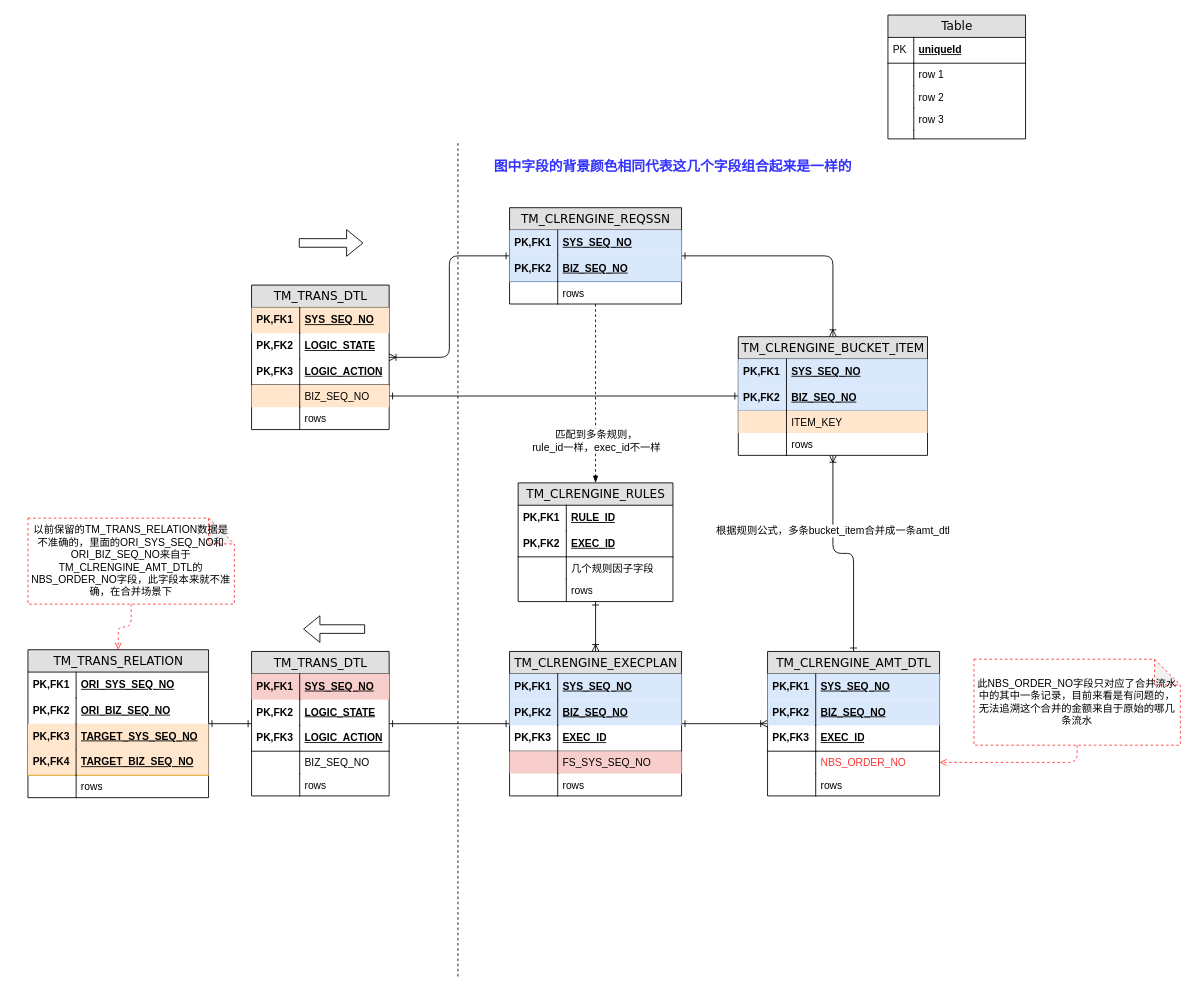
Above: 清算引擎数据结构图.drawio in staconfree/design (draw.io), before the change. Source tidied: cells renumbered, new cells numbered last; positions are measured from the earlier drawing's top-left corner, leaving out a move shared by most shapes. Both pictures are drawn from the tidied source at 86%, with x=0, y=0 at pixel (28, 15).
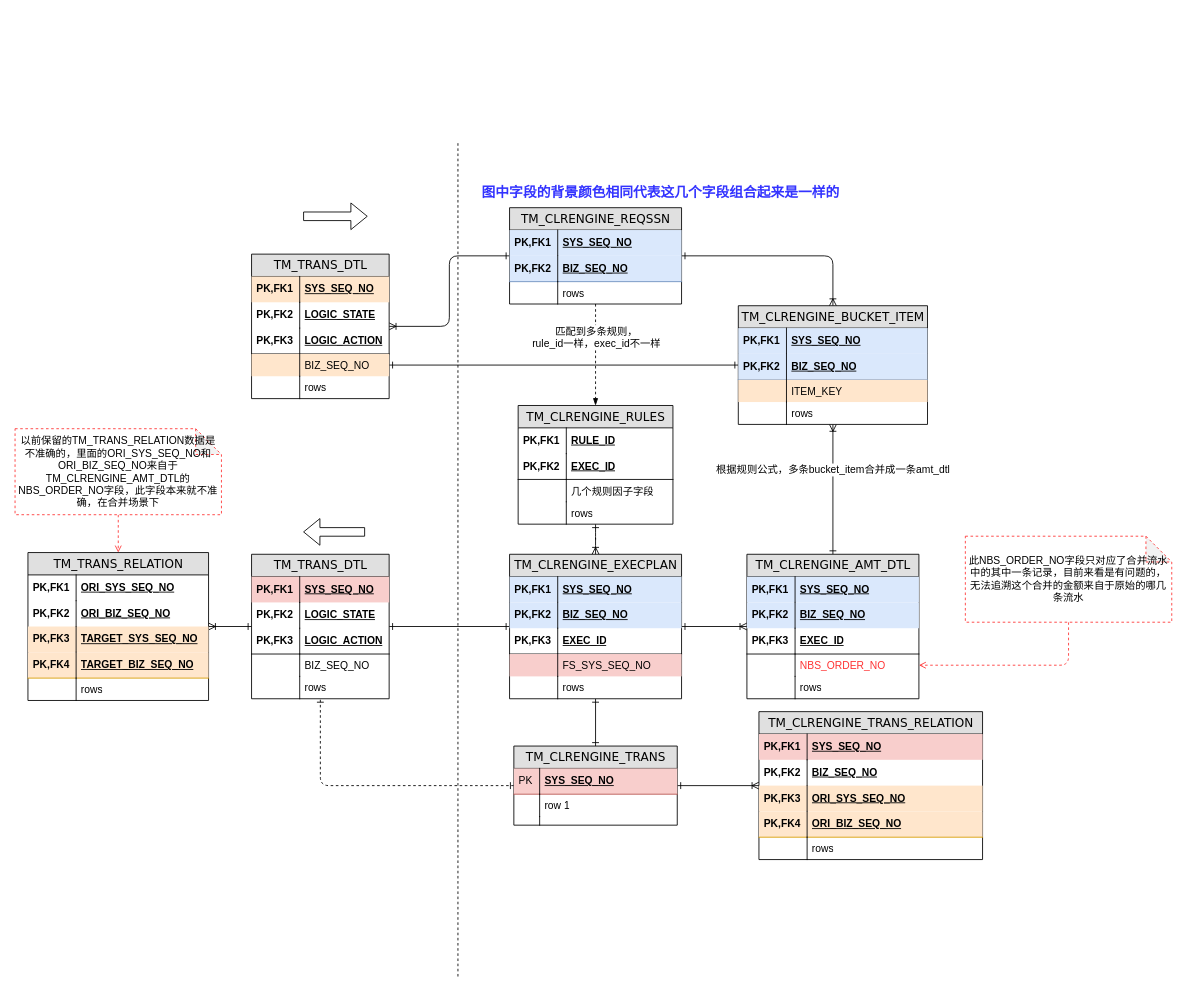
The same diagram, later.

Commit message (it also covers changes not shown here):
更新清算引擎数据结构图.drawio

The change refers to these unchanged cells:
```xml
<mxCell id="27" style="edgeStyle=orthogonalEdgeStyle;rounded=1;jettySize=auto;html=1;startArrow=none;startFill=0;endArrow=blockThin;endFill=1;dashed=1;" parent="1" edge="1" source="29" target="85">
  <mxGeometry relative="1" as="geometry" />
</mxCell>
```

The edit, as a diff of the source:
```diff
@@
+    <mxCell id="112" style="edgeStyle=orthogonalEdgeStyle;rounded=1;jettySize=auto;html=1;startArrow=ERone;startFill=0;endArrow=ERoneToMany;endFill=0;strokeColor=#000000;fontSize=16;fontColor=#FF3333;" parent="1" edge="1" source="2" target="115">
+      <mxGeometry relative="1" as="geometry" />
+    </mxCell>
+    <mxCell id="113" style="edgeStyle=orthogonalEdgeStyle;rounded=1;jettySize=auto;html=1;startArrow=ERone;startFill=0;endArrow=ERone;endFill=0;strokeColor=#000000;fontSize=16;fontColor=#FF3333;dashed=1;" parent="1" edge="1" source="2" target="72">
+      <mxGeometry relative="1" as="geometry" />
+    </mxCell>
-    <mxCell id="2" value="Table" style="swimlane;html=1;fontStyle=0;horizontal=1;startSize=26;fillColor=#e0e0e0;swimlaneFillColor=#ffffff;align=center;rounded=0;shadow=0;comic=0;labelBackgroundColor=none;strokeColor=#000000;strokeWidth=1;fontFamily=Verdana;fontSize=14;fontColor=#000000;swimlaneLine=1;" parent="1" vertex="1">
-      <mxGeometry x="1000" width="160" height="144" as="geometry" />
+    <mxCell id="2" value="TM_CLRENGINE_TRANS" style="swimlane;html=1;fontStyle=0;horizontal=1;startSize=26;fillColor=#e0e0e0;swimlaneFillColor=#ffffff;align=center;rounded=0;shadow=0;comic=0;labelBackgroundColor=none;strokeColor=#000000;strokeWidth=1;fontFamily=Verdana;fontSize=14;fontColor=#000000;swimlaneLine=1;" parent="1" vertex="1">
+      <mxGeometry x="565" y="850" width="190" height="92" as="geometry" />
     </mxCell>
-    <mxCell id="3" value="uniqueId" style="shape=partialRectangle;top=0;left=0;right=0;bottom=1;html=1;align=left;verticalAlign=middle;fillColor=none;spacingLeft=34;spacingRight=4;whiteSpace=wrap;overflow=hidden;fontStyle=5;" parent="2" vertex="1">
-      <mxGeometry y="26" width="160" height="30" as="geometry" />
+    <mxCell id="3" value="SYS_SEQ_NO" style="shape=partialRectangle;top=0;left=0;right=0;bottom=1;html=1;align=left;verticalAlign=middle;fillColor=#f8cecc;spacingLeft=34;spacingRight=4;whiteSpace=wrap;overflow=hidden;fontStyle=5;strokeColor=#b85450;" parent="2" vertex="1">
+      <mxGeometry y="26" width="190" height="30" as="geometry" />
     </mxCell>
@@
     <mxCell id="5" value="row 1" style="shape=partialRectangle;top=0;left=0;right=0;bottom=0;html=1;align=left;verticalAlign=top;fillColor=none;spacingLeft=34;spacingRight=4;whiteSpace=wrap;overflow=hidden;" parent="2" vertex="1">
-      <mxGeometry y="56" width="160" height="26" as="geometry" />
+      <mxGeometry y="56" width="190" height="26" as="geometry" />
     </mxCell>
@@
-    <mxCell id="7" value="row 2" style="shape=partialRectangle;top=0;left=0;right=0;bottom=0;html=1;align=left;verticalAlign=top;fillColor=none;spacingLeft=34;spacingRight=4;whiteSpace=wrap;overflow=hidden;" parent="2" vertex="1">
-      <mxGeometry y="82" width="160" height="26" as="geometry" />
-    </mxCell>
-    <mxCell id="8" style="shape=partialRectangle;top=0;left=0;bottom=0;html=1;fillColor=none;align=left;verticalAlign=top;spacingLeft=4;spacingRight=4;whiteSpace=wrap;overflow=hidden;" parent="7" vertex="1">
-      <mxGeometry width="30" height="26" as="geometry" />
-    </mxCell>
-    <mxCell id="9" value="row 3" style="shape=partialRectangle;top=0;left=0;right=0;bottom=0;html=1;align=left;verticalAlign=top;fillColor=none;spacingLeft=34;spacingRight=4;whiteSpace=wrap;overflow=hidden;" parent="2" vertex="1">
-      <mxGeometry y="108" width="160" height="26" as="geometry" />
-    </mxCell>
-    <mxCell id="10" style="shape=partialRectangle;top=0;left=0;bottom=0;html=1;fillColor=none;align=left;verticalAlign=top;spacingLeft=4;spacingRight=4;whiteSpace=wrap;overflow=hidden;" parent="9" vertex="1">
-      <mxGeometry width="30" height="26" as="geometry" />
-    </mxCell>
     <mxCell id="11" style="shape=partialRectangle;top=0;left=0;right=0;bottom=0;html=1;align=left;verticalAlign=top;fillColor=none;spacingLeft=34;spacingRight=4;whiteSpace=wrap;overflow=hidden;" parent="2" vertex="1">
-      <mxGeometry y="134" width="160" height="10" as="geometry" />
+      <mxGeometry y="82" width="190" height="10" as="geometry" />
     </mxCell>
@@
     <mxCell id="15" value="TM_TRANS_DTL" style="swimlane;html=1;fontStyle=0;horizontal=1;startSize=26;fillColor=#e0e0e0;swimlaneFillColor=#ffffff;align=center;rounded=0;shadow=0;comic=0;labelBackgroundColor=none;strokeColor=#000000;strokeWidth=1;fontFamily=Verdana;fontSize=14;fontColor=#000000;" parent="1" vertex="1">
-      <mxGeometry x="260" y="314" width="160" height="168" as="geometry" />
+      <mxGeometry x="260" y="278" width="160" height="168" as="geometry" />
     </mxCell>
@@
     <mxCell id="28" value="匹配到多条规则，&lt;br&gt;rule_id一样，exec_id不一样" style="text;html=1;align=center;verticalAlign=middle;labelBackgroundColor=#ffffff;" parent="27" vertex="1">
       <mxGeometry x="0.32" y="-1" relative="1" as="geometry">
-        <mxPoint x="1" y="21" as="offset" />
+        <mxPoint x="1" y="-40" as="offset" />
       </mxGeometry>
     </mxCell>
@@
+    <mxCell id="114" style="edgeStyle=orthogonalEdgeStyle;rounded=1;jettySize=auto;html=1;startArrow=ERone;startFill=0;endArrow=ERone;endFill=0;strokeColor=#000000;fontSize=16;fontColor=#FF3333;" parent="1" edge="1" source="38" target="2">
+      <mxGeometry relative="1" as="geometry" />
+    </mxCell>
     <mxCell id="38" value="TM_CLRENGINE_EXECPLAN" style="swimlane;html=1;fontStyle=0;horizontal=1;startSize=26;fillColor=#e0e0e0;swimlaneFillColor=#ffffff;align=center;rounded=0;shadow=0;comic=0;labelBackgroundColor=none;strokeColor=#000000;strokeWidth=1;fontFamily=Verdana;fontSize=14;fontColor=#000000;" parent="1" vertex="1">
-      <mxGeometry x="560" y="740" width="200" height="168" as="geometry" />
+      <mxGeometry x="560" y="627" width="200" height="168" as="geometry" />
     </mxCell>
@@
     <mxCell id="51" value="TM_CLRENGINE_BUCKET_ITEM" style="swimlane;html=1;fontStyle=0;horizontal=1;startSize=26;fillColor=#e0e0e0;swimlaneFillColor=#ffffff;align=center;rounded=0;shadow=0;comic=0;labelBackgroundColor=none;strokeColor=#000000;strokeWidth=1;fontFamily=Verdana;fontSize=14;fontColor=#000000;" parent="1" vertex="1">
-      <mxGeometry x="826" y="374" width="220" height="138" as="geometry" />
+      <mxGeometry x="826" y="338" width="220" height="138" as="geometry" />
     </mxCell>
@@
     <mxCell id="60" value="TM_CLRENGINE_AMT_DTL" style="swimlane;html=1;fontStyle=0;horizontal=1;startSize=26;fillColor=#e0e0e0;swimlaneFillColor=#ffffff;align=center;rounded=0;shadow=0;comic=0;labelBackgroundColor=none;strokeColor=#000000;strokeWidth=1;fontFamily=Verdana;fontSize=14;fontColor=#000000;" parent="1" vertex="1">
-      <mxGeometry x="860" y="740" width="200" height="168" as="geometry" />
+      <mxGeometry x="836" y="627" width="200" height="168" as="geometry" />
     </mxCell>
@@
-    <mxCell id="71" style="edgeStyle=orthogonalEdgeStyle;rounded=1;jettySize=auto;html=1;startArrow=ERone;startFill=0;endArrow=ERone;endFill=0;strokeColor=#000000;" parent="1" edge="1" source="72" target="98">
+    <mxCell id="71" style="edgeStyle=orthogonalEdgeStyle;rounded=1;jettySize=auto;html=1;startArrow=ERone;startFill=0;endArrow=ERoneToMany;endFill=0;strokeColor=#000000;" parent="1" edge="1" source="72" target="98">
       <mxGeometry relative="1" as="geometry" />
     </mxCell>
     <mxCell id="72" value="TM_TRANS_DTL" style="swimlane;html=1;fontStyle=0;horizontal=1;startSize=26;fillColor=#e0e0e0;swimlaneFillColor=#ffffff;align=center;rounded=0;shadow=0;comic=0;labelBackgroundColor=none;strokeColor=#000000;strokeWidth=1;fontFamily=Verdana;fontSize=14;fontColor=#000000;" parent="1" vertex="1">
-      <mxGeometry x="260" y="740" width="160" height="168" as="geometry" />
+      <mxGeometry x="260" y="627" width="160" height="168" as="geometry" />
     </mxCell>
@@
     <mxCell id="85" value="TM_CLRENGINE_RULES" style="swimlane;html=1;fontStyle=0;horizontal=1;startSize=26;fillColor=#e0e0e0;swimlaneFillColor=#ffffff;align=center;rounded=0;shadow=0;comic=0;labelBackgroundColor=none;strokeColor=#000000;strokeWidth=1;fontFamily=Verdana;fontSize=14;fontColor=#000000;" parent="1" vertex="1">
-      <mxGeometry x="570" y="544" width="180" height="138" as="geometry" />
+      <mxGeometry x="570" y="454" width="180" height="138" as="geometry" />
     </mxCell>
@@
     <mxCell id="95" value="&lt;div&gt;此NBS_ORDER_NO字段只对应了合并流水中的其中一条记录，目前来看是有问题的，无法追溯这个合并的金额来自于原始的哪几条流水&lt;/div&gt;" style="shape=note;whiteSpace=wrap;html=1;backgroundOutline=1;darkOpacity=0.05;dashed=1;strokeColor=#FF3333;" parent="1" vertex="1">
-      <mxGeometry x="1100" y="749" width="240" height="100" as="geometry" />
+      <mxGeometry x="1090" y="606" width="240" height="100" as="geometry" />
     </mxCell>
     <mxCell id="96" style="shape=flexArrow;endArrow=classic;html=1;" parent="1" edge="1">
       <mxGeometry relative="1" as="geometry">
-        <mxPoint x="315" y="265" as="sourcePoint" />
-        <mxPoint x="390" y="265" as="targetPoint" />
+        <mxPoint x="320" y="234" as="sourcePoint" />
+        <mxPoint x="395" y="234" as="targetPoint" />
       </mxGeometry>
     </mxCell>
     <mxCell id="97" style="shape=flexArrow;endArrow=classic;html=1;" parent="1" edge="1">
       <mxGeometry relative="1" as="geometry">
-        <mxPoint x="392" y="714" as="sourcePoint" />
-        <mxPoint x="320" y="714" as="targetPoint" />
+        <mxPoint x="392" y="601" as="sourcePoint" />
+        <mxPoint x="320" y="601" as="targetPoint" />
       </mxGeometry>
     </mxCell>
     <mxCell id="98" value="&lt;div&gt;TM_TRANS_RELATION&lt;/div&gt;" style="swimlane;html=1;fontStyle=0;horizontal=1;startSize=26;fillColor=#e0e0e0;swimlaneFillColor=#ffffff;align=center;rounded=0;shadow=0;comic=0;labelBackgroundColor=none;strokeColor=#000000;strokeWidth=1;fontFamily=Verdana;fontSize=14;fontColor=#000000;" parent="1" vertex="1">
-      <mxGeometry y="738" width="210" height="172" as="geometry" />
+      <mxGeometry y="625" width="210" height="172" as="geometry" />
     </mxCell>
@@
     <mxCell id="110" value="以前保留的TM_TRANS_RELATION数据是不准确的，里面的ORI_SYS_SEQ_NO和ORI_BIZ_SEQ_NO来自于TM_CLRENGINE_AMT_DTL的NBS_ORDER_NO字段，此字段本来就不准确，在合并场景下" style="shape=note;whiteSpace=wrap;html=1;backgroundOutline=1;darkOpacity=0.05;dashed=1;strokeColor=#FF3333;" parent="1" vertex="1">
-      <mxGeometry y="585" width="240" height="100" as="geometry" />
+      <mxGeometry x="-15" y="481" width="240" height="100" as="geometry" />
     </mxCell>
     <mxCell id="111" value="图中字段的背景颜色相同代表这几个字段组合起来是一样的" style="text;html=1;align=left;verticalAlign=top;spacingTop=-4;fontStyle=1;fontSize=16;fontColor=#3333FF;" parent="1" vertex="1">
-      <mxGeometry x="540" y="164" width="410" height="20" as="geometry" />
+      <mxGeometry x="526" y="194" width="410" height="20" as="geometry" />
     </mxCell>
+    <mxCell id="115" value="&lt;div&gt;TM_CLRENGINE_TRANS_RELATION&lt;/div&gt;" style="swimlane;html=1;fontStyle=0;horizontal=1;startSize=26;fillColor=#e0e0e0;swimlaneFillColor=#ffffff;align=center;rounded=0;shadow=0;comic=0;labelBackgroundColor=none;strokeColor=#000000;strokeWidth=1;fontFamily=Verdana;fontSize=14;fontColor=#000000;" parent="1" vertex="1">
+      <mxGeometry x="850" y="810" width="260" height="172" as="geometry" />
+    </mxCell>
+    <mxCell id="116" value="SYS_SEQ_NO" style="shape=partialRectangle;top=0;left=0;right=0;bottom=0;html=1;align=left;verticalAlign=middle;fillColor=#f8cecc;spacingLeft=60;spacingRight=4;whiteSpace=wrap;overflow=hidden;fontStyle=5;strokeColor=#b85450;" parent="115" vertex="1">
+      <mxGeometry y="26" width="260" height="30" as="geometry" />
+    </mxCell>
+    <mxCell id="117" value="PK,FK1" style="shape=partialRectangle;fontStyle=1;top=0;left=0;bottom=0;html=1;fillColor=none;align=left;verticalAlign=middle;spacingLeft=4;spacingRight=4;whiteSpace=wrap;overflow=hidden;" parent="116" vertex="1">
+      <mxGeometry width="56" height="30" as="geometry" />
+    </mxCell>
+    <mxCell id="118" value="BIZ_SEQ_NO" style="shape=partialRectangle;top=0;left=0;right=0;bottom=0;html=1;align=left;verticalAlign=middle;fillColor=none;spacingLeft=60;spacingRight=4;whiteSpace=wrap;overflow=hidden;fontStyle=5;" parent="115" vertex="1">
+      <mxGeometry y="56" width="260" height="30" as="geometry" />
+    </mxCell>
+    <mxCell id="119" value="PK,FK2" style="shape=partialRectangle;fontStyle=1;top=0;left=0;bottom=0;html=1;fillColor=none;align=left;verticalAlign=middle;spacingLeft=4;spacingRight=4;whiteSpace=wrap;overflow=hidden;" parent="118" vertex="1">
+      <mxGeometry width="56" height="30" as="geometry" />
+    </mxCell>
+    <mxCell id="120" value="ORI_SYS_SEQ_NO" style="shape=partialRectangle;top=0;left=0;right=0;bottom=0;html=1;align=left;verticalAlign=middle;fillColor=#ffe6cc;spacingLeft=60;spacingRight=4;whiteSpace=wrap;overflow=hidden;fontStyle=5;strokeColor=#d79b00;" parent="115" vertex="1">
+      <mxGeometry y="86" width="260" height="30" as="geometry" />
+    </mxCell>
+    <mxCell id="121" value="PK,FK3" style="shape=partialRectangle;fontStyle=1;top=0;left=0;bottom=0;html=1;fillColor=none;align=left;verticalAlign=middle;spacingLeft=4;spacingRight=4;whiteSpace=wrap;overflow=hidden;" parent="120" vertex="1">
+      <mxGeometry width="56" height="30" as="geometry" />
+    </mxCell>
+    <mxCell id="122" value="ORI_BIZ_SEQ_NO" style="shape=partialRectangle;top=0;left=0;right=0;bottom=1;html=1;align=left;verticalAlign=middle;fillColor=#ffe6cc;spacingLeft=60;spacingRight=4;whiteSpace=wrap;overflow=hidden;fontStyle=5;strokeColor=#d79b00;" parent="115" vertex="1">
+      <mxGeometry y="116" width="260" height="30" as="geometry" />
+    </mxCell>
+    <mxCell id="123" value="PK,FK4" style="shape=partialRectangle;fontStyle=1;top=0;left=0;bottom=0;html=1;fillColor=none;align=left;verticalAlign=middle;spacingLeft=4;spacingRight=4;whiteSpace=wrap;overflow=hidden;" parent="122" vertex="1">
+      <mxGeometry width="56" height="30" as="geometry" />
+    </mxCell>
+    <mxCell id="124" value="&lt;div&gt;rows&lt;/div&gt;" style="shape=partialRectangle;top=0;left=0;right=0;bottom=0;html=1;align=left;verticalAlign=top;fillColor=none;spacingLeft=60;spacingRight=4;whiteSpace=wrap;overflow=hidden;" parent="115" vertex="1">
+      <mxGeometry y="146" width="260" height="26" as="geometry" />
+    </mxCell>
+    <mxCell id="125" style="shape=partialRectangle;top=0;left=0;bottom=0;html=1;fillColor=none;align=left;verticalAlign=top;spacingLeft=4;spacingRight=4;whiteSpace=wrap;overflow=hidden;" parent="124" vertex="1">
+      <mxGeometry width="56" height="26" as="geometry" />
+    </mxCell>
```
